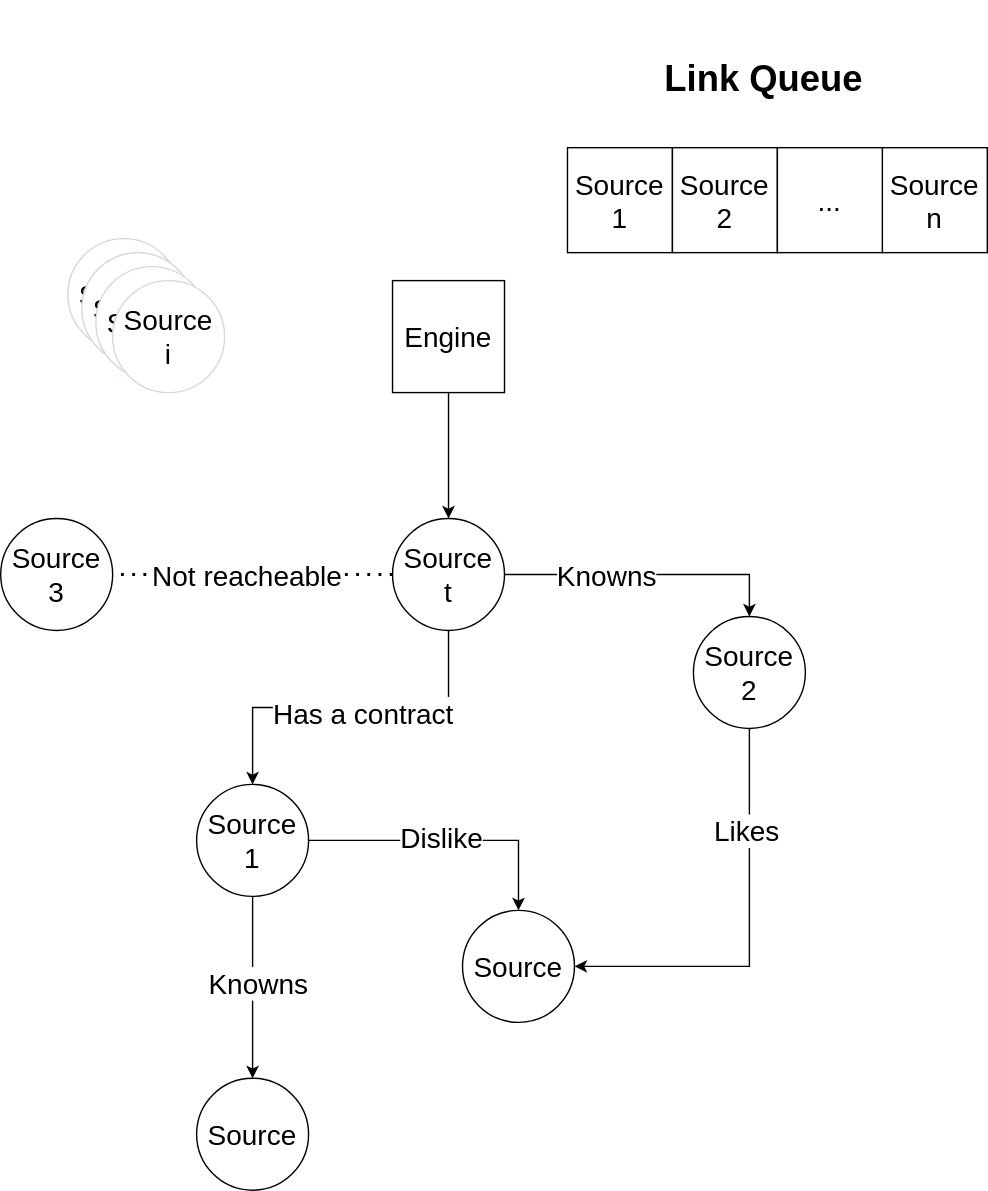
Earlier version of the draw.io export images/ltqp.svg (constraintAutomaton/presentation-iswc-2023-doctoral-consortium-collaboravite-engine). Source tidied: cells renumbered, new cells last; positions are measured from the earlier drawing's top-left corner, leaving out a move shared by most shapes.
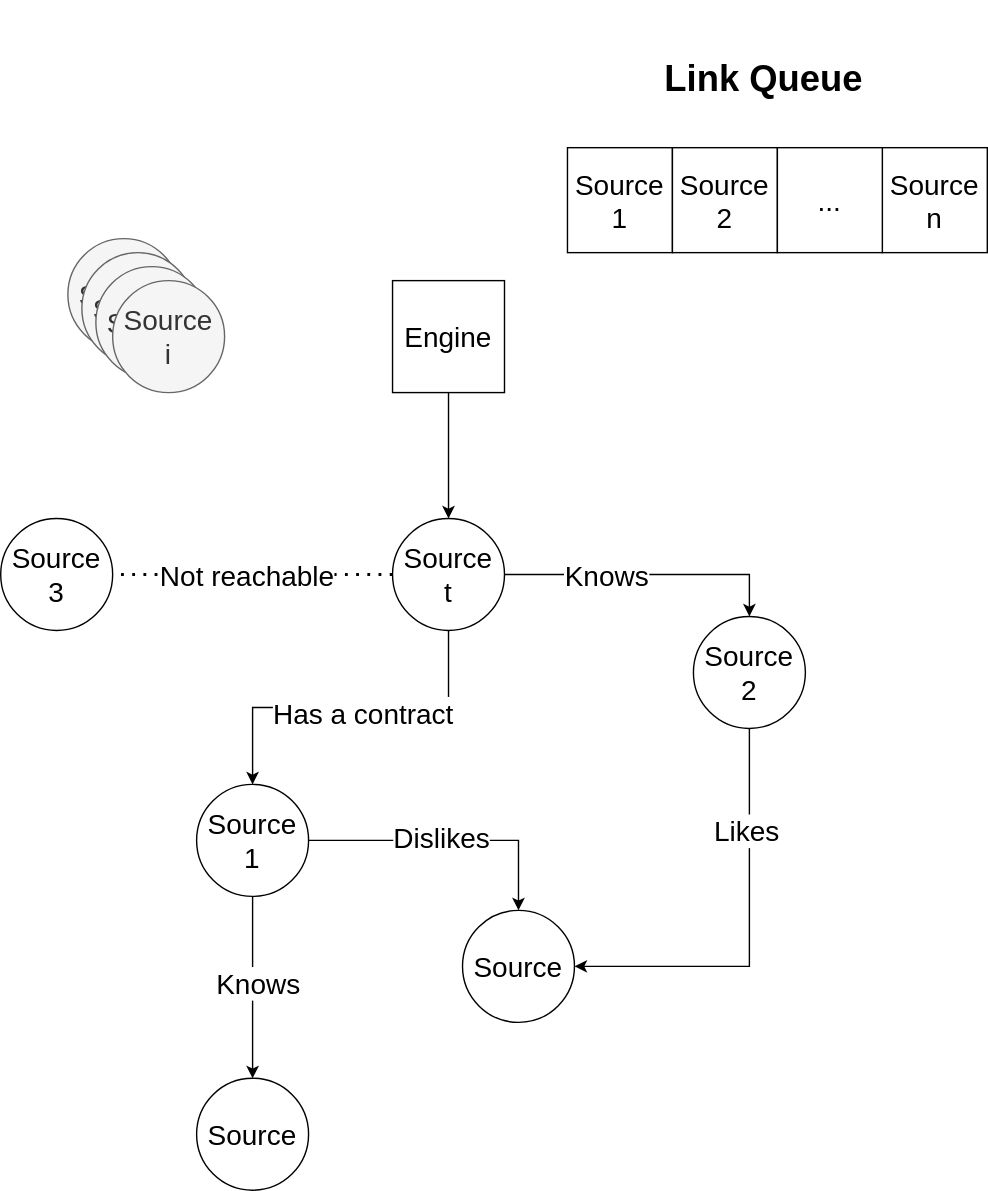
Above is the later version.

Change to the diagram source:
```diff
@@ -11,7 +11,7 @@
     <mxCell id="4" style="edgeStyle=orthogonalEdgeStyle;rounded=0;jettySize=auto;html=1;entryX=0.5;entryY=0;entryDx=0;entryDy=0;" parent="1" edge="1" source="6" target="12">
       <mxGeometry relative="1" as="geometry" />
     </mxCell>
-    <mxCell id="5" value="&lt;font style=&quot;font-size: 20px;&quot;&gt;Knowns&lt;/font&gt;" style="edgeLabel;html=1;align=center;verticalAlign=middle;" parent="4" vertex="1">
+    <mxCell id="5" value="&lt;font style=&quot;font-size: 20px;&quot;&gt;Knows&lt;/font&gt;" style="edgeLabel;html=1;align=center;verticalAlign=middle;" parent="4" vertex="1">
       <mxGeometry x="-0.47" relative="1" as="geometry">
         <mxPoint x="18" as="offset" />
       </mxGeometry>
@@ -58,7 +58,7 @@
     <mxCell id="17" value="Text" style="edgeLabel;html=1;align=center;verticalAlign=middle;" parent="16" vertex="1">
       <mxGeometry x="-0.02" y="1" relative="1" as="geometry" />
     </mxCell>
-    <mxCell id="18" value="&lt;font style=&quot;font-size: 20px;&quot;&gt;Dislike&lt;/font&gt;" style="edgeLabel;html=1;align=center;verticalAlign=middle;" parent="16" vertex="1">
+    <mxCell id="18" value="&lt;font style=&quot;font-size: 20px;&quot;&gt;Dislikes&lt;/font&gt;" style="edgeLabel;html=1;align=center;verticalAlign=middle;" parent="16" vertex="1">
       <mxGeometry x="-0.06" y="3" relative="1" as="geometry" />
     </mxCell>
     <mxCell id="19" style="edgeStyle=orthogonalEdgeStyle;rounded=0;jettySize=auto;html=1;exitX=0.5;exitY=1;exitDx=0;exitDy=0;" parent="1" edge="1" source="7" target="9">
@@ -67,19 +67,19 @@
     <mxCell id="20" value="Text" style="edgeLabel;html=1;align=center;verticalAlign=middle;" parent="19" vertex="1">
       <mxGeometry x="-0.02" y="1" relative="1" as="geometry" />
     </mxCell>
-    <mxCell id="21" value="&lt;font style=&quot;font-size: 20px;&quot;&gt;Knowns&lt;/font&gt;" style="edgeLabel;html=1;align=center;verticalAlign=middle;" parent="19" vertex="1">
+    <mxCell id="21" value="&lt;font style=&quot;font-size: 20px;&quot;&gt;Knows&lt;/font&gt;" style="edgeLabel;html=1;align=center;verticalAlign=middle;" parent="19" vertex="1">
       <mxGeometry x="-0.06" y="3" relative="1" as="geometry" />
     </mxCell>
-    <mxCell id="22" value="&lt;font style=&quot;font-size: 20px;&quot;&gt;Source&lt;/font&gt;" style="ellipse;whiteSpace=wrap;html=1;strokeColor=#dbd6d6;" parent="1" vertex="1">
+    <mxCell id="22" value="&lt;font style=&quot;font-size: 20px;&quot;&gt;Source&lt;/font&gt;" style="ellipse;whiteSpace=wrap;html=1;strokeColor=#666666;fillColor=#f5f5f5;fontColor=#333333;" parent="1" vertex="1">
       <mxGeometry x="48" y="170" width="80" height="80" as="geometry" />
     </mxCell>
-    <mxCell id="23" value="&lt;font style=&quot;font-size: 20px;&quot;&gt;Source&lt;/font&gt;" style="ellipse;whiteSpace=wrap;html=1;strokeColor=#dbd6d6;" parent="1" vertex="1">
+    <mxCell id="23" value="&lt;font style=&quot;font-size: 20px;&quot;&gt;Source&lt;/font&gt;" style="ellipse;whiteSpace=wrap;html=1;strokeColor=#666666;fillColor=#f5f5f5;fontColor=#333333;" parent="1" vertex="1">
       <mxGeometry x="58" y="180" width="80" height="80" as="geometry" />
     </mxCell>
-    <mxCell id="24" value="&lt;font style=&quot;font-size: 20px;&quot;&gt;Source&lt;/font&gt;" style="ellipse;whiteSpace=wrap;html=1;strokeColor=#dbd6d6;" parent="1" vertex="1">
+    <mxCell id="24" value="&lt;font style=&quot;font-size: 20px;&quot;&gt;Source&lt;/font&gt;" style="ellipse;whiteSpace=wrap;html=1;strokeColor=#666666;fillColor=#f5f5f5;fontColor=#333333;" parent="1" vertex="1">
       <mxGeometry x="68" y="190" width="80" height="80" as="geometry" />
     </mxCell>
-    <mxCell id="25" value="&lt;font style=&quot;font-size: 20px;&quot;&gt;Source &lt;br&gt;i&lt;/font&gt;" style="ellipse;whiteSpace=wrap;html=1;strokeColor=#dbd6d6;" parent="1" vertex="1">
+    <mxCell id="25" value="&lt;font style=&quot;font-size: 20px;&quot;&gt;Source &lt;br&gt;i&lt;/font&gt;" style="ellipse;whiteSpace=wrap;html=1;strokeColor=#666666;fillColor=#f5f5f5;fontColor=#333333;" parent="1" vertex="1">
       <mxGeometry x="80" y="200" width="80" height="80" as="geometry" />
     </mxCell>
     <mxCell id="26" value="&lt;font style=&quot;font-size: 20px;&quot;&gt;Source n&lt;/font&gt;" style="whiteSpace=wrap;html=1;" parent="1" vertex="1">
@@ -100,7 +100,7 @@
     <mxCell id="31" style="endArrow=none;dashed=1;html=1;dashPattern=1 3;strokeWidth=2;rounded=0;exitX=0;exitY=0.5;exitDx=0;exitDy=0;entryX=1;entryY=0.5;entryDx=0;entryDy=0;" parent="1" edge="1" source="6" target="30">
       <mxGeometry relative="1" as="geometry" />
     </mxCell>
-    <mxCell id="32" value="&lt;font style=&quot;font-size: 20px;&quot;&gt;Not reacheable&lt;/font&gt;" style="edgeLabel;html=1;align=center;verticalAlign=middle;" parent="31" vertex="1">
+    <mxCell id="32" value="&lt;font style=&quot;font-size: 20px;&quot;&gt;Not reachable&lt;/font&gt;" style="edgeLabel;html=1;align=center;verticalAlign=middle;" parent="31" vertex="1">
       <mxGeometry x="0.23" y="-3" relative="1" as="geometry">
         <mxPoint x="18" y="3" as="offset" />
       </mxGeometry>
```
